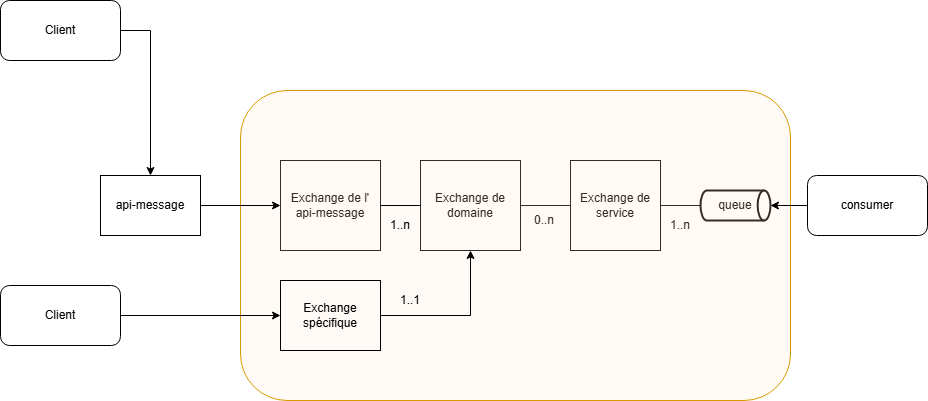
The draw.io diagram drawio/diagramme AR2.drawio.png in sarraz1/csau, before a commit. Source tidied: cells renumbered, new cells last; positions are measured from the earlier drawing's top-left corner, leaving out a move shared by most shapes.
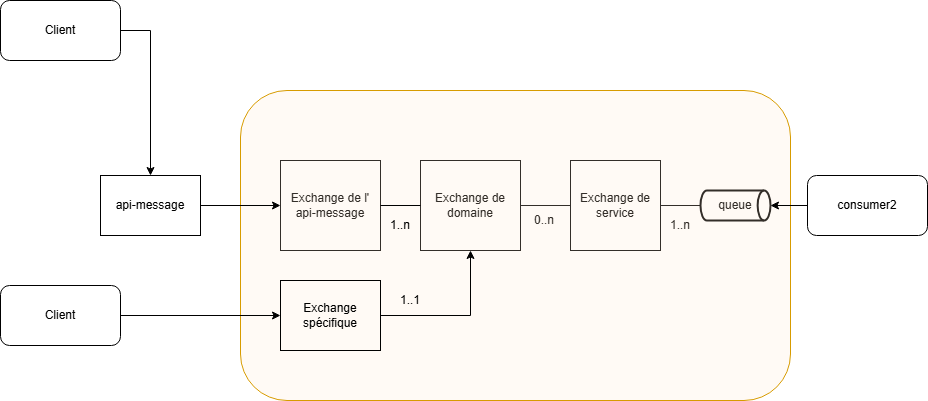
After the commit.

Commit message:
Mettre à jour diagramme AR2.drawio.png

Change to the diagram source:
```diff
@@ -65,7 +65,7 @@
     <mxCell id="22" value="1..1" style="text;html=1;align=center;verticalAlign=middle;whiteSpace=wrap;rounded=0;" parent="1" vertex="1">
       <mxGeometry x="380" y="285" width="60" height="30" as="geometry" />
     </mxCell>
-    <mxCell id="23" value="consumer" style="rounded=1;whiteSpace=wrap;html=1;" parent="1" vertex="1">
+    <mxCell id="23" value="consumer2" style="rounded=1;whiteSpace=wrap;html=1;" parent="1" vertex="1">
       <mxGeometry x="807" y="175" width="120" height="60" as="geometry" />
     </mxCell>
     <mxCell id="24" style="edgeStyle=orthogonalEdgeStyle;rounded=0;jettySize=auto;html=1;entryX=1;entryY=0.5;entryDx=0;entryDy=0;entryPerimeter=0;" parent="1" edge="1" source="23" target="7">
```
